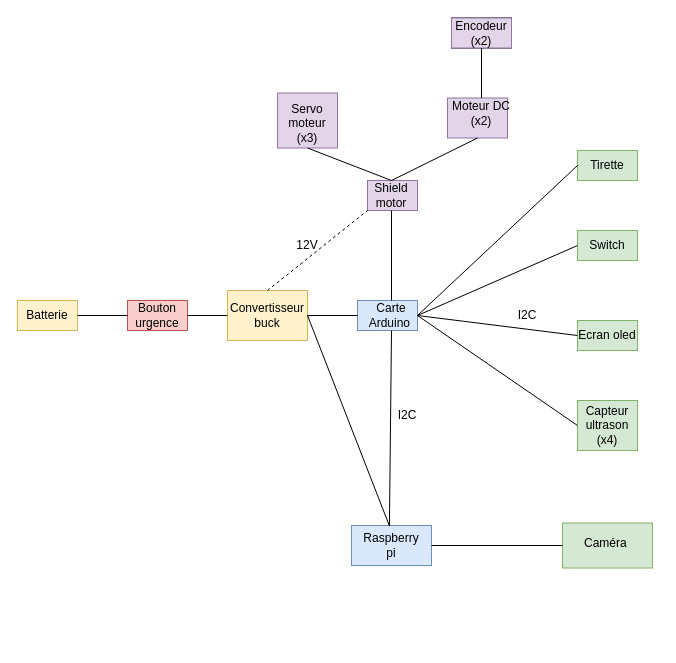
Before: schema_bloc.drawio in Objetron-team/Bigboy, a draw.io diagram. Source tidied: cells renumbered, new cells numbered last; positions are measured from the earlier drawing's top-left corner, leaving out a move shared by most shapes. Both pictures are drawn from the tidied source at 100%, with x=0, y=0 at pixel (17, 18).
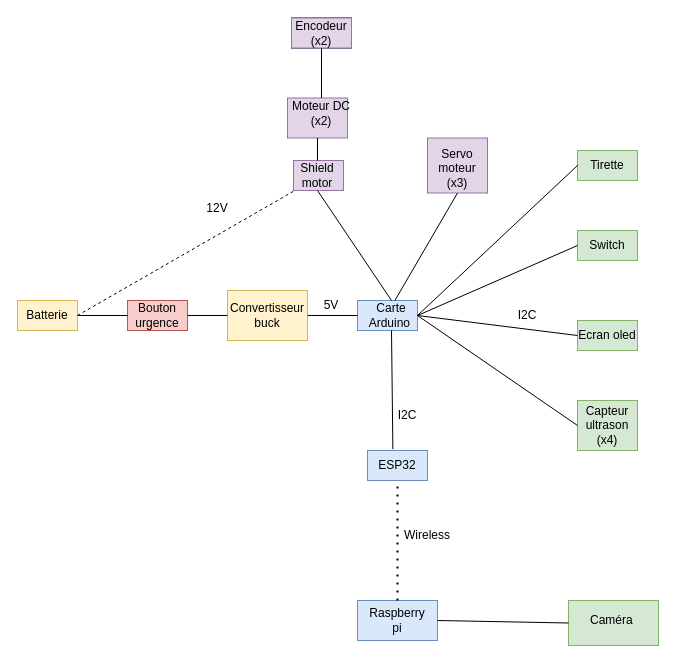
After the change.

Commit message (it also covers changes not shown here):
maj diagramme

Unchanged cells that the change refers to:
```xml
<mxCell id="11" style="rounded=0;whiteSpace=wrap;html=1;fillColor=#fff2cc;strokeColor=#d6b656;" parent="1" vertex="1">
  <mxGeometry x="210" y="272" width="80" height="50" as="geometry" />
</mxCell>
<mxCell id="16" value="Carte Arduino&amp;nbsp;" style="text;html=1;strokeColor=none;fillColor=none;align=center;verticalAlign=middle;whiteSpace=wrap;rounded=0;" parent="1" vertex="1">
  <mxGeometry x="344" y="282" width="60" height="30" as="geometry" />
</mxCell>
<mxCell id="21" value="Batterie" style="text;html=1;strokeColor=none;fillColor=none;align=center;verticalAlign=middle;whiteSpace=wrap;rounded=0;" parent="1" vertex="1">
  <mxGeometry y="282" width="60" height="30" as="geometry" />
</mxCell>
```

Change to the diagram source:
```diff
@@
+    <mxCell id="48" style="rounded=0;whiteSpace=wrap;html=1;" parent="1" vertex="1">
+      <mxGeometry x="350" y="432" width="60" height="30" as="geometry" />
+    </mxCell>
@@
     <mxCell id="5" style="rounded=0;whiteSpace=wrap;html=1;fillColor=#e1d5e7;strokeColor=#9673a6;" parent="1" vertex="1">
-      <mxGeometry x="260" y="74.5" width="60" height="55" as="geometry" />
+      <mxGeometry x="410" y="119.5" width="60" height="55" as="geometry" />
     </mxCell>
     <mxCell id="6" style="rounded=0;whiteSpace=wrap;html=1;" parent="1" vertex="1">
-      <mxGeometry x="434" y="-0.5" width="60" height="30" as="geometry" />
+      <mxGeometry x="274" y="-0.5" width="60" height="30" as="geometry" />
     </mxCell>
     <mxCell id="7" style="rounded=0;whiteSpace=wrap;html=1;fillColor=#d5e8d4;strokeColor=#82b366;" parent="1" vertex="1">
-      <mxGeometry x="545" y="504.5" width="90" height="45" as="geometry" />
+      <mxGeometry x="551" y="582" width="90" height="45" as="geometry" />
     </mxCell>
     <mxCell id="8" style="rounded=0;whiteSpace=wrap;html=1;fillColor=#dae8fc;strokeColor=#6c8ebf;" parent="1" vertex="1">
-      <mxGeometry x="334" y="507" width="80" height="40" as="geometry" />
+      <mxGeometry x="340" y="582" width="80" height="40" as="geometry" />
     </mxCell>
     <mxCell id="9" style="rounded=0;whiteSpace=wrap;html=1;fillColor=#e1d5e7;strokeColor=#9673a6;" parent="1" vertex="1">
-      <mxGeometry x="430" y="79.5" width="60" height="40" as="geometry" />
+      <mxGeometry x="270" y="79.5" width="60" height="40" as="geometry" />
     </mxCell>
     <mxCell id="10" style="rounded=0;whiteSpace=wrap;html=1;fillColor=#e1d5e7;strokeColor=#9673a6;" parent="1" vertex="1">
-      <mxGeometry x="350" y="162" width="50" height="30" as="geometry" />
+      <mxGeometry x="276" y="142" width="50" height="30" as="geometry" />
     </mxCell>
@@
     <mxCell id="18" value="Moteur DC (x2)" style="text;html=1;strokeColor=none;fillColor=none;align=center;verticalAlign=middle;whiteSpace=wrap;rounded=0;" parent="1" vertex="1">
-      <mxGeometry x="434" y="79.5" width="60" height="30" as="geometry" />
+      <mxGeometry x="274" y="79.5" width="60" height="30" as="geometry" />
     </mxCell>
     <mxCell id="19" value="Shield motor" style="text;html=1;strokeColor=none;fillColor=none;align=center;verticalAlign=middle;whiteSpace=wrap;rounded=0;" parent="1" vertex="1">
-      <mxGeometry x="344" y="162" width="60" height="30" as="geometry" />
+      <mxGeometry x="270" y="142" width="60" height="30" as="geometry" />
     </mxCell>
@@
     <mxCell id="28" value="Raspberry pi" style="text;html=1;strokeColor=none;fillColor=none;align=center;verticalAlign=middle;whiteSpace=wrap;rounded=0;" parent="1" vertex="1">
-      <mxGeometry x="344" y="512" width="60" height="30" as="geometry" />
+      <mxGeometry x="350" y="587" width="60" height="30" as="geometry" />
     </mxCell>
-    <mxCell id="29" style="endArrow=none;html=1;exitX=0.474;exitY=0.017;exitDx=0;exitDy=0;entryX=0.5;entryY=1;entryDx=0;entryDy=0;exitPerimeter=0;" parent="1" edge="1" source="8" target="16">
-      <mxGeometry relative="1" as="geometry" />
-    </mxCell>
     <mxCell id="30" value="Caméra&amp;nbsp;" style="text;html=1;strokeColor=none;fillColor=none;align=center;verticalAlign=middle;whiteSpace=wrap;rounded=0;" parent="1" vertex="1">
-      <mxGeometry x="560" y="509.5" width="60" height="30" as="geometry" />
+      <mxGeometry x="566" y="587" width="60" height="30" as="geometry" />
     </mxCell>
     <mxCell id="31" value="Encodeur (x2)" style="text;html=1;strokeColor=#9673a6;fillColor=#e1d5e7;align=center;verticalAlign=middle;whiteSpace=wrap;rounded=0;" parent="1" vertex="1">
-      <mxGeometry x="434" y="-0.5" width="60" height="30" as="geometry" />
+      <mxGeometry x="274" y="-0.5" width="60" height="30" as="geometry" />
     </mxCell>
@@
     <mxCell id="34" value="Servo moteur (x3)" style="text;html=1;strokeColor=none;fillColor=none;align=center;verticalAlign=middle;whiteSpace=wrap;rounded=0;" parent="1" vertex="1">
-      <mxGeometry x="260" y="89.5" width="60" height="30" as="geometry" />
+      <mxGeometry x="410" y="134.5" width="60" height="30" as="geometry" />
     </mxCell>
-    <mxCell id="35" style="endArrow=none;html=1;entryX=0.5;entryY=1;entryDx=0;entryDy=0;exitX=0.5;exitY=0;exitDx=0;exitDy=0;" parent="1" edge="1" source="19" target="5">
-      <mxGeometry relative="1" as="geometry" />
-    </mxCell>
@@
-    <mxCell id="45" style="endArrow=none;dashed=1;html=1;exitX=0.5;exitY=0;exitDx=0;exitDy=0;entryX=0.1;entryY=1;entryDx=0;entryDy=0;entryPerimeter=0;" parent="1" edge="1" source="11" target="19">
+    <mxCell id="45" style="endArrow=none;dashed=1;html=1;exitX=1;exitY=0.5;exitDx=0;exitDy=0;entryX=0.122;entryY=1;entryDx=0;entryDy=0;entryPerimeter=0;" parent="1" edge="1" source="21" target="19">
       <mxGeometry relative="1" as="geometry" />
     </mxCell>
     <mxCell id="46" value="12V" style="text;html=1;strokeColor=none;fillColor=none;align=center;verticalAlign=middle;whiteSpace=wrap;rounded=0;" parent="1" vertex="1">
-      <mxGeometry x="260" y="212" width="60" height="30" as="geometry" />
+      <mxGeometry x="170" y="174.5" width="60" height="30" as="geometry" />
     </mxCell>
-    <mxCell id="47" style="endArrow=none;html=1;exitX=0.474;exitY=0.009;exitDx=0;exitDy=0;exitPerimeter=0;" parent="1" edge="1" source="8">
-      <mxGeometry relative="1" as="geometry">
-        <mxPoint x="290" y="297" as="targetPoint" />
-      </mxGeometry>
-    </mxCell>
+    <mxCell id="49" value="ESP32" style="text;html=1;strokeColor=#6c8ebf;fillColor=#dae8fc;align=center;verticalAlign=middle;whiteSpace=wrap;rounded=0;" parent="1" vertex="1">
+      <mxGeometry x="350" y="432" width="60" height="30" as="geometry" />
+    </mxCell>
+    <mxCell id="50" style="endArrow=none;html=1;exitX=0.423;exitY=-0.043;exitDx=0;exitDy=0;entryX=0.5;entryY=1;entryDx=0;entryDy=0;exitPerimeter=0;" parent="1" edge="1" source="49" target="16">
+      <mxGeometry relative="1" as="geometry" />
+    </mxCell>
+    <mxCell id="51" value="5V" style="text;html=1;strokeColor=none;fillColor=none;align=center;verticalAlign=middle;whiteSpace=wrap;rounded=0;" parent="1" vertex="1">
+      <mxGeometry x="284" y="272" width="60" height="30" as="geometry" />
+    </mxCell>
+    <mxCell id="52" style="endArrow=none;dashed=1;html=1;dashPattern=1 3;strokeWidth=2;entryX=0.5;entryY=1;entryDx=0;entryDy=0;exitX=0.5;exitY=0;exitDx=0;exitDy=0;" parent="1" edge="1" source="8" target="49">
+      <mxGeometry relative="1" as="geometry" />
+    </mxCell>
+    <mxCell id="53" value="Wireless" style="text;html=1;strokeColor=none;fillColor=none;align=center;verticalAlign=middle;whiteSpace=wrap;rounded=0;" parent="1" vertex="1">
+      <mxGeometry x="380" y="502" width="60" height="30" as="geometry" />
+    </mxCell>
+    <mxCell id="54" style="endArrow=none;html=1;entryX=0.5;entryY=1;entryDx=0;entryDy=0;exitX=0.556;exitY=0.003;exitDx=0;exitDy=0;exitPerimeter=0;" parent="1" edge="1" source="16" target="5">
+      <mxGeometry relative="1" as="geometry" />
+    </mxCell>
```
